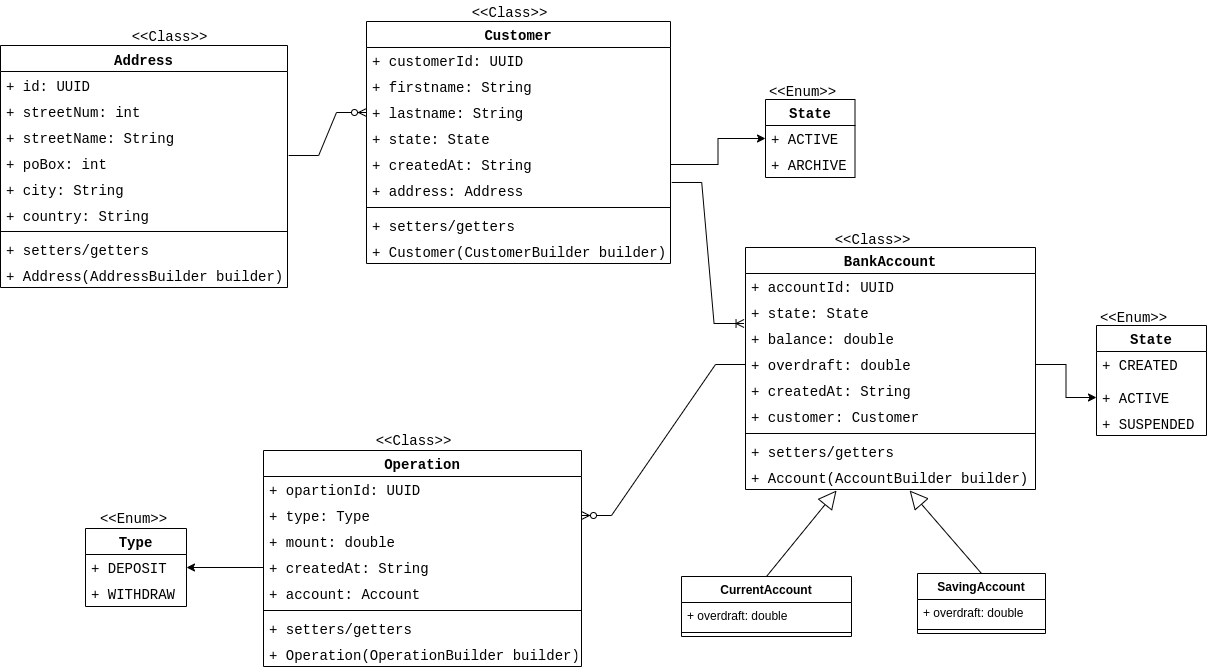
This is assets/exalt-bank-account-conception.png from placidenduwayo1/exalt-kata-fullstak-bank-account-application, a draw.io export, as it was before one commit. Source tidied: cells renumbered, new cells last; positions are measured from the earlier drawing's top-left corner, leaving out a move shared by most shapes.
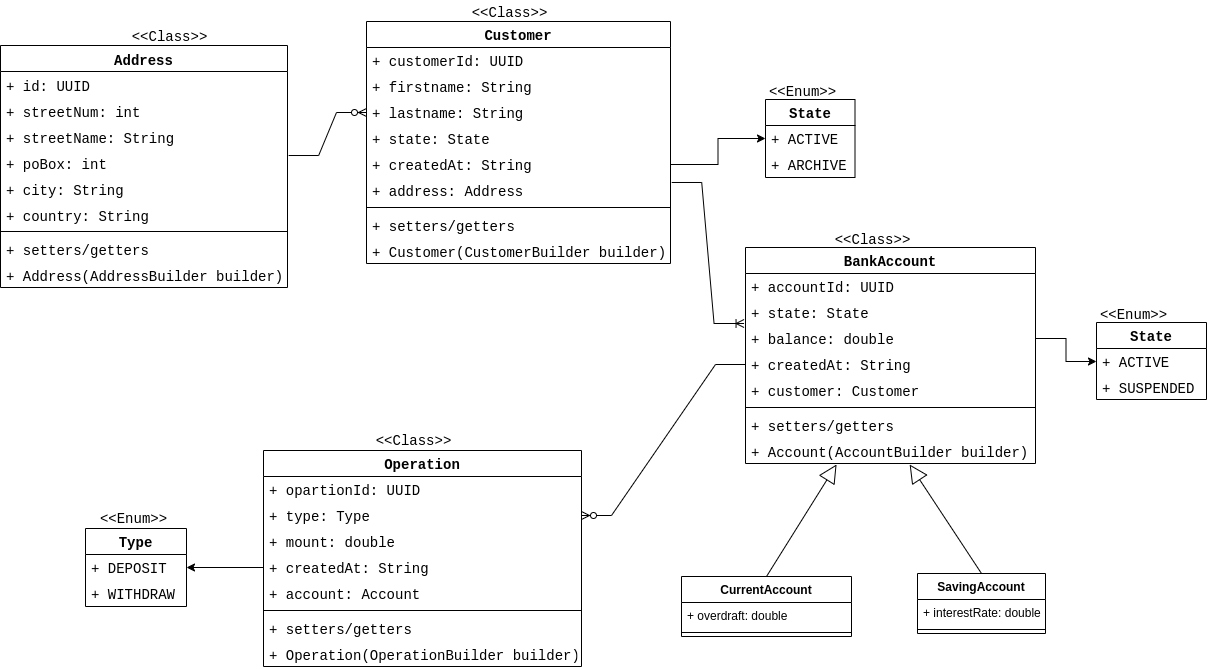
After the change.

Commit message:
reformating conceptual model

Change to the diagram source:
```diff
@@ -69,7 +69,7 @@
       <mxGeometry x="468.5" width="80" height="26" as="geometry" />
     </mxCell>
     <mxCell id="24" value="BankAccount" style="swimlane;fontStyle=1;align=center;verticalAlign=top;horizontal=1;startSize=26;whiteSpace=wrap;html=1;fontSize=14;fontFamily=Courier New;" parent="1" vertex="1">
-      <mxGeometry x="745" y="247" width="290" height="242" as="geometry" />
+      <mxGeometry x="745" y="247" width="290" height="216" as="geometry" />
     </mxCell>
     <mxCell id="25" value="+ accountId: UUID" style="text;strokeColor=none;fillColor=none;align=left;verticalAlign=top;spacingLeft=4;spacingRight=4;overflow=hidden;whiteSpace=wrap;html=1;fontSize=14;fontFamily=Courier New;" parent="24" vertex="1">
       <mxGeometry y="26" width="290" height="26" as="geometry" />
@@ -80,23 +80,20 @@
     <mxCell id="27" value="+ balance: double" style="text;strokeColor=none;fillColor=none;align=left;verticalAlign=top;spacingLeft=4;spacingRight=4;overflow=hidden;points=[[0,0.5],[1,0.5]];portConstraint=eastwest;whiteSpace=wrap;html=1;fontSize=14;fontFamily=Courier New;" parent="24" vertex="1">
       <mxGeometry y="78" width="290" height="26" as="geometry" />
     </mxCell>
-    <mxCell id="28" value="+ overdraft: double" style="text;strokeColor=none;fillColor=none;align=left;verticalAlign=top;spacingLeft=4;spacingRight=4;overflow=hidden;points=[[0,0.5],[1,0.5]];portConstraint=eastwest;whiteSpace=wrap;html=1;fontSize=14;fontFamily=Courier New;" parent="24" vertex="1">
-      <mxGeometry y="104" width="290" height="26" as="geometry" />
-    </mxCell>
     <mxCell id="29" value="+ createdAt: String" style="text;strokeColor=none;fillColor=none;align=left;verticalAlign=top;spacingLeft=4;spacingRight=4;overflow=hidden;points=[[0,0.5],[1,0.5]];portConstraint=eastwest;whiteSpace=wrap;html=1;fontSize=14;fontFamily=Courier New;" parent="24" vertex="1">
-      <mxGeometry y="130" width="290" height="26" as="geometry" />
+      <mxGeometry y="104" width="290" height="26" as="geometry" />
     </mxCell>
     <mxCell id="30" value="+ customer: Customer" style="text;strokeColor=none;fillColor=none;align=left;verticalAlign=top;spacingLeft=4;spacingRight=4;overflow=hidden;whiteSpace=wrap;html=1;fontSize=14;fontFamily=Courier New;" parent="24" vertex="1">
-      <mxGeometry y="156" width="290" height="26" as="geometry" />
+      <mxGeometry y="130" width="290" height="26" as="geometry" />
     </mxCell>
     <mxCell id="31" style="line;strokeWidth=1;fillColor=none;align=left;verticalAlign=middle;spacingTop=-1;spacingLeft=3;spacingRight=3;labelPosition=right;strokeColor=inherit;fontSize=14;fontFamily=Courier New;" parent="24" vertex="1">
-      <mxGeometry y="182" width="290" height="8" as="geometry" />
+      <mxGeometry y="156" width="290" height="8" as="geometry" />
     </mxCell>
     <mxCell id="32" value="+ setters/getters" style="text;strokeColor=none;fillColor=none;align=left;verticalAlign=top;spacingLeft=4;spacingRight=4;overflow=hidden;fontSize=14;fontFamily=Courier New;" parent="24" vertex="1">
-      <mxGeometry y="190" width="290" height="26" as="geometry" />
+      <mxGeometry y="164" width="290" height="26" as="geometry" />
     </mxCell>
     <mxCell id="33" value="+ Account(AccountBuilder builder)" style="text;strokeColor=none;fillColor=none;align=left;verticalAlign=top;spacingLeft=4;spacingRight=4;overflow=hidden;points=[[0,0.5],[1,0.5]];portConstraint=eastwest;fontSize=14;fontFamily=Courier New;" parent="24" vertex="1">
-      <mxGeometry y="216" width="290" height="26" as="geometry" />
+      <mxGeometry y="190" width="290" height="26" as="geometry" />
     </mxCell>
     <mxCell id="34" value="Operation" style="swimlane;fontStyle=1;align=center;verticalAlign=top;horizontal=1;startSize=26;whiteSpace=wrap;html=1;fontSize=14;fontFamily=Courier New;" parent="1" vertex="1">
       <mxGeometry x="263" y="450" width="318" height="216" as="geometry" />
@@ -149,7 +146,7 @@
     <mxCell id="50" style="edgeStyle=entityRelationEdgeStyle;fontSize=14;html=1;endArrow=ERoneToMany;rounded=0;exitX=1.004;exitY=0.192;exitDx=0;exitDy=0;entryX=-0.005;entryY=-0.077;entryDx=0;entryDy=0;entryPerimeter=0;fontFamily=Courier New;exitPerimeter=0;" parent="1" edge="1" source="8" target="27">
       <mxGeometry relative="1" as="geometry" />
     </mxCell>
-    <mxCell id="51" style="edgeStyle=entityRelationEdgeStyle;fontSize=14;html=1;endArrow=ERzeroToMany;endFill=1;rounded=0;entryX=1;entryY=0.5;entryDx=0;entryDy=0;exitX=0;exitY=0.5;exitDx=0;exitDy=0;fontFamily=Courier New;" parent="1" edge="1" source="28" target="36">
+    <mxCell id="51" style="edgeStyle=entityRelationEdgeStyle;fontSize=14;html=1;endArrow=ERzeroToMany;endFill=1;rounded=0;entryX=1;entryY=0.5;entryDx=0;entryDy=0;fontFamily=Courier New;exitX=0;exitY=0.5;exitDx=0;exitDy=0;" parent="1" edge="1" source="29" target="36">
       <mxGeometry relative="1" as="geometry" />
     </mxCell>
     <mxCell id="52" value="Type" style="swimlane;fontStyle=1;align=center;verticalAlign=top;horizontal=1;startSize=26;whiteSpace=wrap;html=1;fontSize=14;fontFamily=Courier New;" parent="1" vertex="1">
@@ -182,7 +179,7 @@
     <mxCell id="61" value="SavingAccount" style="swimlane;fontStyle=1;align=center;verticalAlign=top;horizontal=1;startSize=26;whiteSpace=wrap;html=1;" parent="1" vertex="1">
       <mxGeometry x="917" y="573" width="128" height="60" as="geometry" />
     </mxCell>
-    <mxCell id="62" value="+ overdraft: double" style="text;strokeColor=none;fillColor=none;align=left;verticalAlign=top;spacingLeft=4;spacingRight=4;overflow=hidden;whiteSpace=wrap;html=1;" parent="61" vertex="1">
+    <mxCell id="62" value="+ interestRate: double" style="text;strokeColor=none;fillColor=none;align=left;verticalAlign=top;spacingLeft=4;spacingRight=4;overflow=hidden;whiteSpace=wrap;html=1;" parent="61" vertex="1">
       <mxGeometry y="26" width="128" height="26" as="geometry" />
     </mxCell>
     <mxCell id="63" style="line;strokeWidth=1;fillColor=none;align=left;verticalAlign=middle;spacingTop=-1;spacingLeft=3;spacingRight=3;labelPosition=right;strokeColor=inherit;" parent="61" vertex="1">
@@ -195,22 +192,19 @@
       <mxGeometry relative="1" as="geometry" />
     </mxCell>
     <mxCell id="66" value="State" style="swimlane;fontStyle=1;align=center;verticalAlign=top;horizontal=1;startSize=26;whiteSpace=wrap;html=1;fontSize=14;fontFamily=Courier New;" parent="1" vertex="1">
-      <mxGeometry x="1096" y="325" width="110" height="110" as="geometry" />
+      <mxGeometry x="1096" y="322" width="110" height="77" as="geometry" />
     </mxCell>
-    <mxCell id="67" value="+ CREATED" style="text;strokeColor=none;fillColor=none;align=left;verticalAlign=top;spacingLeft=4;spacingRight=4;overflow=hidden;whiteSpace=wrap;html=1;fontSize=14;fontFamily=Courier New;" parent="66" vertex="1">
-      <mxGeometry y="26" width="110" height="33" as="geometry" />
-    </mxCell>
     <mxCell id="68" value="+ ACTIVE" style="text;strokeColor=none;fillColor=none;align=left;verticalAlign=top;spacingLeft=4;spacingRight=4;overflow=hidden;points=[[0,0.5],[1,0.5]];portConstraint=eastwest;whiteSpace=wrap;html=1;fontSize=14;fontFamily=Courier New;" parent="66" vertex="1">
-      <mxGeometry y="59" width="110" height="26" as="geometry" />
+      <mxGeometry y="26" width="110" height="26" as="geometry" />
     </mxCell>
     <mxCell id="69" value="+ SUSPENDED" style="text;strokeColor=none;fillColor=none;align=left;verticalAlign=top;spacingLeft=4;spacingRight=4;overflow=hidden;whiteSpace=wrap;html=1;fontSize=14;fontFamily=Courier New;" parent="66" vertex="1">
-      <mxGeometry y="85" width="110" height="25" as="geometry" />
+      <mxGeometry y="52" width="110" height="25" as="geometry" />
     </mxCell>
     <mxCell id="70" value="&amp;lt;&amp;lt;Enum&amp;gt;&amp;gt;" style="text;align=center;fontStyle=0;verticalAlign=middle;spacingLeft=3;spacingRight=3;strokeColor=none;html=1;fontSize=14;fontFamily=Courier New;" parent="1" vertex="1">
-      <mxGeometry x="1093" y="306" width="80" height="23" as="geometry" />
+      <mxGeometry x="1093" y="303" width="80" height="23" as="geometry" />
     </mxCell>
-    <mxCell id="71" style="edgeStyle=orthogonalEdgeStyle;rounded=0;jettySize=auto;html=1;exitX=1;exitY=0.5;exitDx=0;exitDy=0;" parent="1" edge="1" source="28" target="68">
-      <mxGeometry relative="1" as="geometry" />
-    </mxCell>
+    <mxCell id="72" style="edgeStyle=orthogonalEdgeStyle;rounded=0;jettySize=auto;html=1;exitX=1;exitY=0.5;exitDx=0;exitDy=0;entryX=0;entryY=0.5;entryDx=0;entryDy=0;" parent="1" edge="1" source="27" target="68">
+      <mxGeometry relative="1" as="geometry" />
+    </mxCell>
   </root>
 </mxGraphModel>
```
